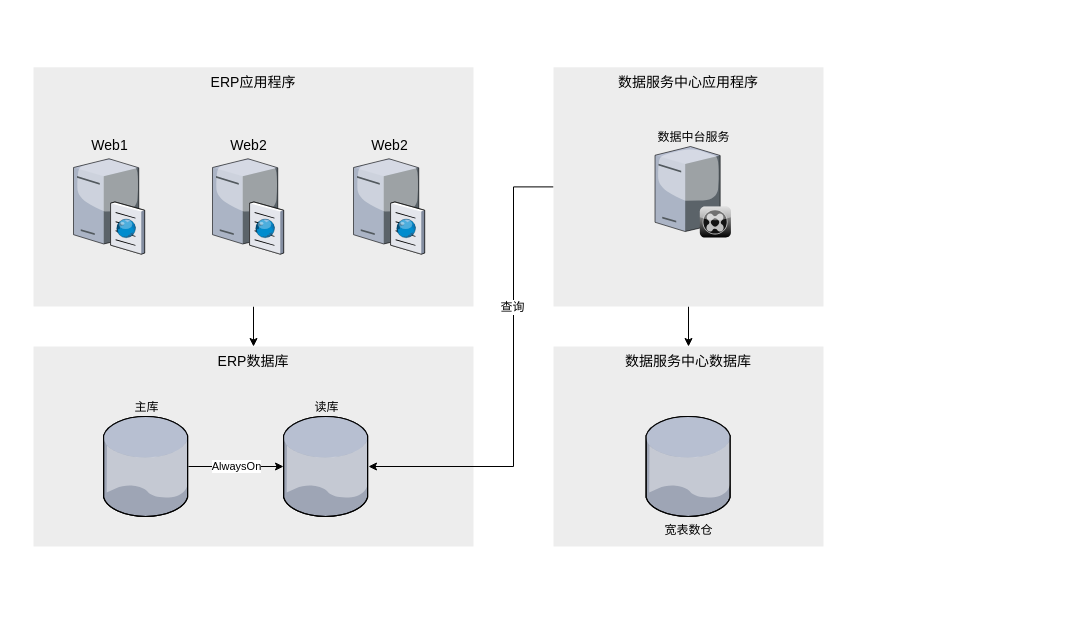
Above: page "第 2 页" (2 of 2) of 未命名绘图.drawio in yuanzuohui/draw.io (draw.io), before the change. Source tidied: cells renumbered, new cells numbered last; positions are measured from the earlier drawing's top-left corner, leaving out a move shared by most shapes. Both pictures are drawn from the tidied source at 100%, with x=0, y=0 at pixel (33, 67).
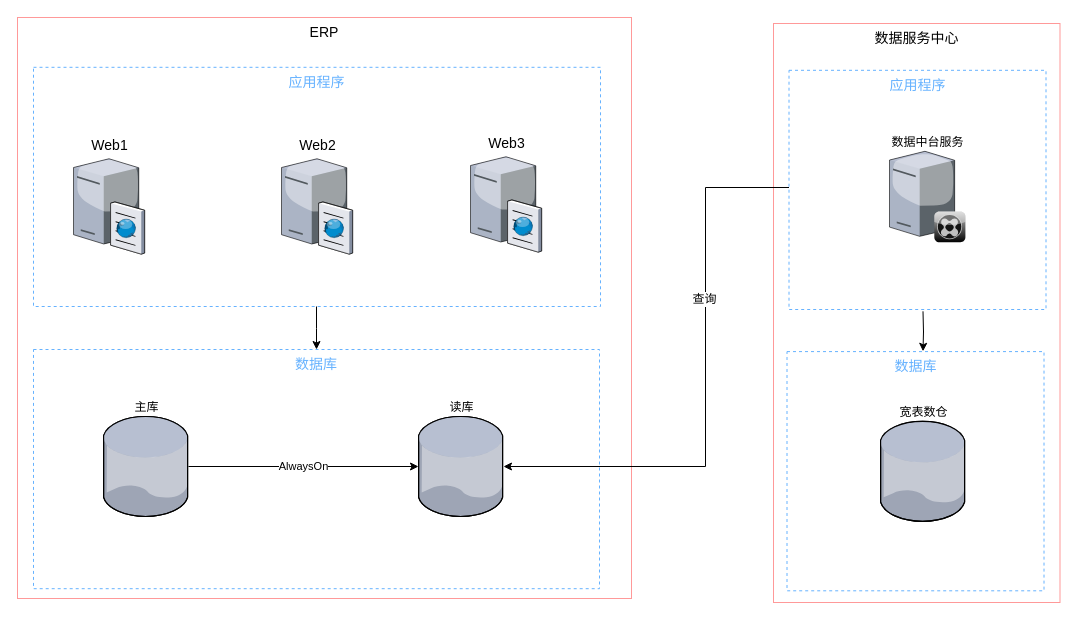
The same diagram, later.

Commit message:
更新未命名绘图.drawio

The edit, as a diff of the source:
```diff
@@
+    <mxCell id="18" value="&lt;span style=&quot;white-space: nowrap&quot;&gt;&lt;font color=&quot;#66b2ff&quot;&gt;数据库&lt;/font&gt;&lt;/span&gt;" style="whiteSpace=wrap;html=1;fillColor=none;fontSize=14;strokeColor=#66B2FF;verticalAlign=top;dashed=1;" parent="1" vertex="1">
+      <mxGeometry x="753.5" y="284.1" width="257" height="239.2" as="geometry" />
+    </mxCell>
+    <mxCell id="19" value="&lt;span style=&quot;white-space: nowrap&quot;&gt;ERP&lt;/span&gt;" style="whiteSpace=wrap;html=1;fillColor=none;fontSize=14;strokeColor=#FF9999;verticalAlign=top;" parent="1" vertex="1">
+      <mxGeometry x="-16" y="-50" width="614" height="581" as="geometry" />
+    </mxCell>
+    <mxCell id="20" value="&lt;span style=&quot;white-space: nowrap&quot;&gt;&lt;font color=&quot;#66b2ff&quot;&gt;数据库&lt;/font&gt;&lt;/span&gt;" style="whiteSpace=wrap;html=1;fillColor=none;fontSize=14;strokeColor=#66B2FF;verticalAlign=top;dashed=1;" parent="1" vertex="1">
+      <mxGeometry y="282" width="566" height="239.2" as="geometry" />
+    </mxCell>
+    <mxCell id="21" value="&lt;span style=&quot;white-space: nowrap&quot;&gt;数据服务中心&lt;/span&gt;" style="whiteSpace=wrap;html=1;fillColor=none;fontSize=14;strokeColor=#FF9999;verticalAlign=top;" parent="1" vertex="1">
+      <mxGeometry x="740" y="-44" width="286.5" height="579" as="geometry" />
+    </mxCell>
-    <mxCell id="2" style="edgeStyle=orthogonalEdgeStyle;rounded=0;jettySize=auto;html=1;entryX=0.5;entryY=0;entryDx=0;entryDy=0;" parent="1" edge="1" source="3" target="7">
-      <mxGeometry relative="1" as="geometry" />
+    <mxCell id="2" style="edgeStyle=orthogonalEdgeStyle;rounded=0;jettySize=auto;html=1;entryX=0.5;entryY=0;entryDx=0;entryDy=0;" parent="1" edge="1" source="3" target="20">
+      <mxGeometry relative="1" as="geometry">
+        <Array as="points">
+          <mxPoint x="284" y="261" />
+        </Array>
+      </mxGeometry>
     </mxCell>
-    <mxCell id="3" value="&lt;span style=&quot;white-space: nowrap&quot;&gt;ERP应用程序&lt;/span&gt;" style="whiteSpace=wrap;html=1;fillColor=#EDEDED;fontSize=14;strokeColor=none;verticalAlign=top;" parent="1" vertex="1">
-      <mxGeometry y="-0.2" width="440" height="239.2" as="geometry" />
+    <mxCell id="3" value="&lt;span style=&quot;white-space: nowrap&quot;&gt;&lt;font color=&quot;#66b2ff&quot;&gt;应用程序&lt;/font&gt;&lt;/span&gt;" style="whiteSpace=wrap;html=1;fillColor=none;fontSize=14;strokeColor=#66B2FF;verticalAlign=top;dashed=1;" parent="1" vertex="1">
+      <mxGeometry y="-0.2" width="567" height="239.2" as="geometry" />
     </mxCell>
@@
     <mxCell id="5" value="Web2" style="verticalLabelPosition=top;html=1;verticalAlign=bottom;strokeColor=none;shape=mxgraph.citrix.cache_server;fillColor=#66B2FF;gradientColor=#0066CC;fontSize=14;labelPosition=center;align=center;" parent="1" vertex="1">
-      <mxGeometry x="179" y="89" width="71" height="97.5" as="geometry" />
+      <mxGeometry x="248" y="89" width="71" height="97.5" as="geometry" />
     </mxCell>
-    <mxCell id="6" value="Web2" style="verticalLabelPosition=top;html=1;verticalAlign=bottom;strokeColor=none;shape=mxgraph.citrix.cache_server;fillColor=#66B2FF;gradientColor=#0066CC;fontSize=14;labelPosition=center;align=center;" parent="1" vertex="1">
-      <mxGeometry x="320" y="89" width="71" height="97.5" as="geometry" />
+    <mxCell id="6" value="Web3" style="verticalLabelPosition=top;html=1;verticalAlign=bottom;strokeColor=none;shape=mxgraph.citrix.cache_server;fillColor=#66B2FF;gradientColor=#0066CC;fontSize=14;labelPosition=center;align=center;" parent="1" vertex="1">
+      <mxGeometry x="437" y="87" width="71" height="97.5" as="geometry" />
     </mxCell>
-    <mxCell id="7" value="ERP数据库" style="whiteSpace=wrap;html=1;fillColor=#EDEDED;fontSize=14;strokeColor=none;verticalAlign=top;" parent="1" vertex="1">
-      <mxGeometry y="279" width="440" height="200" as="geometry" />
-    </mxCell>
@@
     <mxCell id="10" value="读库" style="verticalLabelPosition=top;html=1;verticalAlign=bottom;strokeColor=none;align=center;outlineConnect=0;shape=mxgraph.citrix.database;labelPosition=center;" parent="1" vertex="1">
-      <mxGeometry x="250" y="349" width="85" height="100" as="geometry" />
+      <mxGeometry x="385" y="349" width="85" height="100" as="geometry" />
     </mxCell>
-    <mxCell id="11" value="数据服务中心数据库" style="whiteSpace=wrap;html=1;fillColor=#EDEDED;fontSize=14;strokeColor=none;verticalAlign=top;" parent="1" vertex="1">
-      <mxGeometry x="520" y="279" width="270" height="200" as="geometry" />
-    </mxCell>
-    <mxCell id="12" value="宽表数仓" style="verticalLabelPosition=bottom;html=1;verticalAlign=top;strokeColor=none;align=center;shape=mxgraph.citrix.database;" parent="1" vertex="1">
-      <mxGeometry x="612.5" y="349" width="85" height="100" as="geometry" />
+    <mxCell id="12" value="宽表数仓" style="verticalLabelPosition=top;html=1;verticalAlign=bottom;strokeColor=none;align=center;shape=mxgraph.citrix.database;labelPosition=center;" parent="1" vertex="1">
+      <mxGeometry x="847" y="353.8" width="85" height="100" as="geometry" />
     </mxCell>
-    <mxCell id="13" style="edgeStyle=orthogonalEdgeStyle;rounded=0;jettySize=auto;html=1;exitX=0.5;exitY=1;exitDx=0;exitDy=0;entryX=0.5;entryY=0;entryDx=0;entryDy=0;" parent="1" edge="1" source="16" target="11">
-      <mxGeometry relative="1" as="geometry" />
+    <mxCell id="13" style="edgeStyle=orthogonalEdgeStyle;rounded=0;orthogonalLoop=1;jettySize=auto;html=1;exitX=0.5;exitY=1;exitDx=0;exitDy=0;entryX=0.5;entryY=0;entryDx=0;entryDy=0;" parent="1" edge="1">
+      <mxGeometry relative="1" as="geometry">
+        <mxPoint x="889.5" y="243.8" as="sourcePoint" />
+        <mxPoint x="889.5" y="283.8" as="targetPoint" />
+      </mxGeometry>
     </mxCell>
-    <mxCell id="14" style="edgeStyle=orthogonalEdgeStyle;rounded=0;jettySize=auto;html=1;exitX=0;exitY=0.5;exitDx=0;exitDy=0;" parent="1" edge="1" source="16" target="10">
+    <mxCell id="14" style="edgeStyle=orthogonalEdgeStyle;rounded=0;jettySize=auto;html=1;" parent="1" edge="1" source="22" target="10">
       <mxGeometry relative="1" as="geometry">
         <Array as="points">
-          <mxPoint x="480" y="119" />
-          <mxPoint x="480" y="399" />
+          <mxPoint x="672" y="120" />
+          <mxPoint x="672" y="399" />
         </Array>
       </mxGeometry>
     </mxCell>
@@
-    <mxCell id="16" value="数据服务中心应用程序" style="whiteSpace=wrap;html=1;fillColor=#EDEDED;fontSize=14;strokeColor=none;verticalAlign=top;" parent="1" vertex="1">
-      <mxGeometry x="520" y="-0.2" width="270" height="239.2" as="geometry" />
-    </mxCell>
     <mxCell id="17" value="数据中台服务" style="verticalLabelPosition=top;html=1;verticalAlign=bottom;strokeColor=none;align=center;shape=mxgraph.citrix.xenclient_synchronizer;fillColor=#CCCCCC;gradientColor=#000000;gradientDirection=south;labelPosition=center;" parent="1" vertex="1">
-      <mxGeometry x="621.5" y="79" width="76" height="91" as="geometry" />
+      <mxGeometry x="856" y="83.8" width="76" height="91" as="geometry" />
     </mxCell>
+    <mxCell id="22" value="&lt;span style=&quot;white-space: nowrap&quot;&gt;&lt;font color=&quot;#66b2ff&quot;&gt;应用程序&lt;/font&gt;&lt;/span&gt;" style="whiteSpace=wrap;html=1;fillColor=none;fontSize=14;strokeColor=#66B2FF;verticalAlign=top;dashed=1;" parent="1" vertex="1">
+      <mxGeometry x="755.5" y="2.8" width="257" height="239.2" as="geometry" />
+    </mxCell>
```
